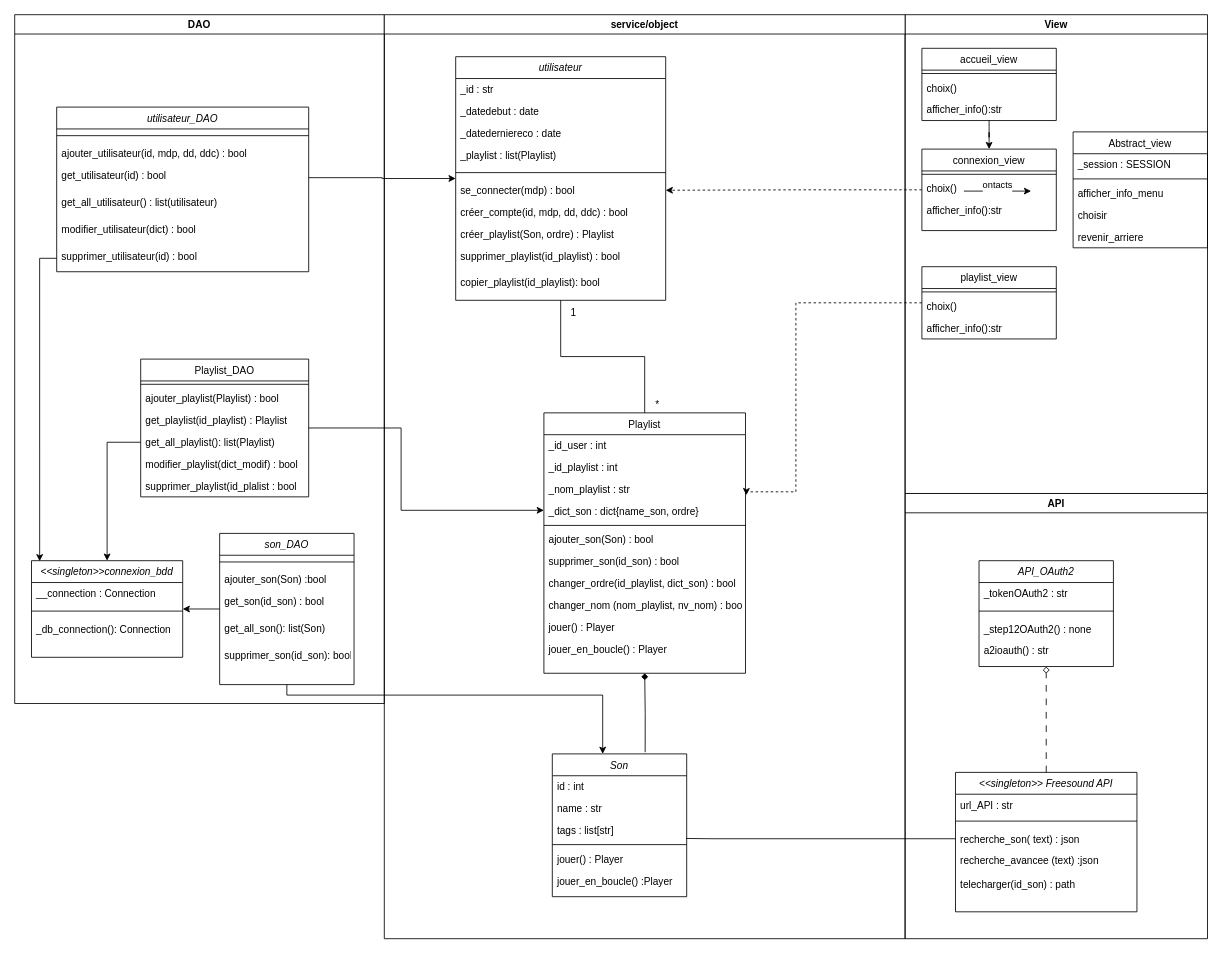
This is doc/propre/Le_diag_classe.drawio from PepitoTSO/Projet-INFO-ENSAI-2A-Gr14, a draw.io file, before an edit. Source tidied: cells renumbered, new cells numbered last; positions are measured from the earlier drawing's top-left corner, leaving out a move shared by most shapes. Both pictures are drawn from the tidied source at 84%, with x=0, y=0 at pixel (14, 14).
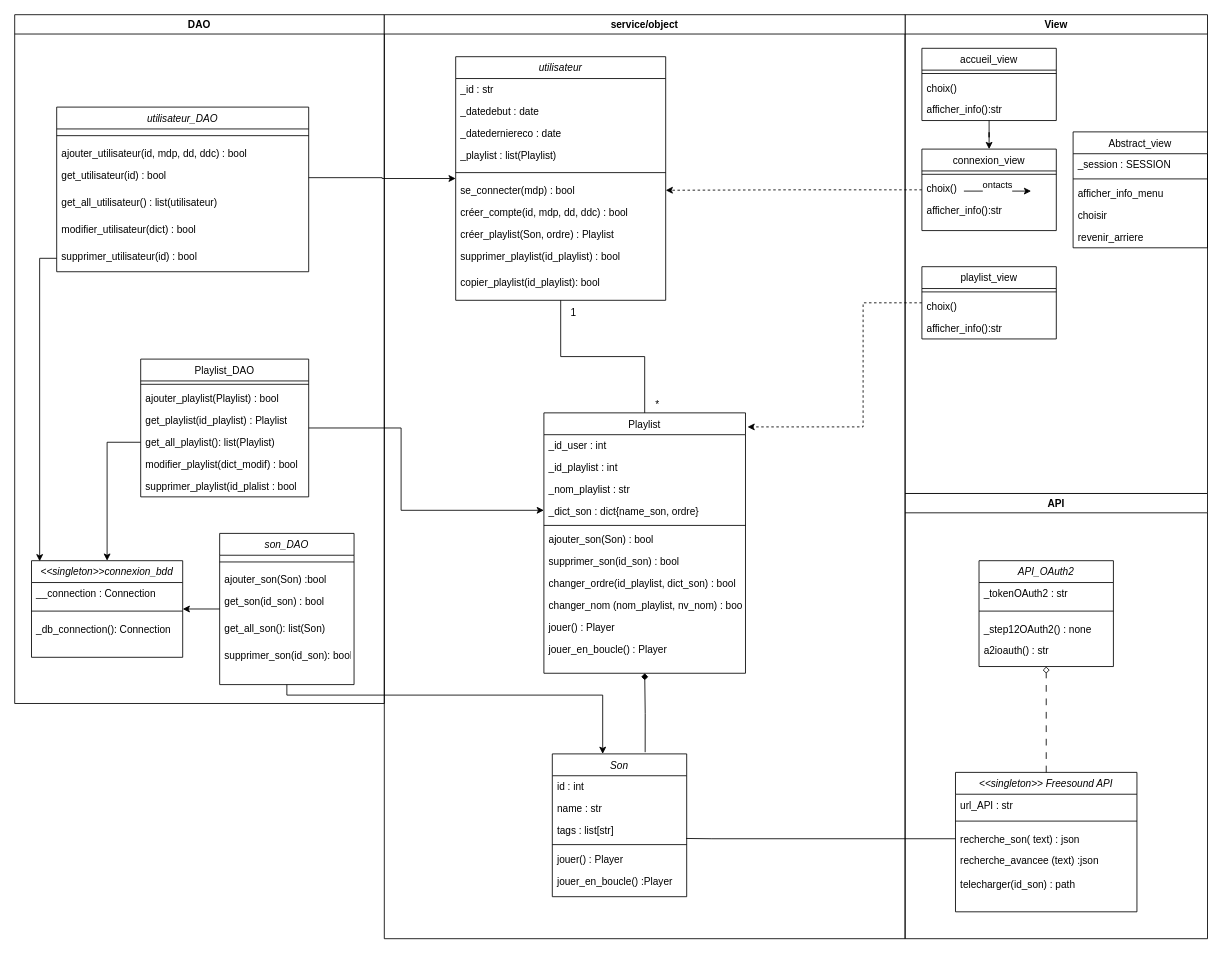
The same page after the edit.

The change refers to these unchanged cells:
```xml
<mxCell id="18" value="playlist_view" style="swimlane;fontStyle=0;align=center;verticalAlign=top;horizontal=1;startSize=26;rounded=0;shadow=0;strokeWidth=1;" parent="2" vertex="1">
  <mxGeometry x="20" y="300" width="160" height="86" as="geometry" />
</mxCell>
<mxCell id="72" value="Playlist" style="swimlane;fontStyle=0;align=center;verticalAlign=top;horizontal=1;startSize=26;rounded=0;shadow=0;strokeWidth=1;" parent="63" vertex="1">
  <mxGeometry x="190" y="474" width="240" height="310" as="geometry" />
</mxCell>
<mxCell id="75" value="_nom_playlist : str" style="text;align=left;verticalAlign=top;spacingLeft=4;spacingRight=4;overflow=hidden;points=[[0,0.5],[1,0.5]];portConstraint=eastwest;" parent="72" vertex="1">
  <mxGeometry y="78" width="240" height="26" as="geometry" />
</mxCell>
```

Change to the diagram source:
```diff
@@
-    <mxCell id="103" style="edgeStyle=orthogonalEdgeStyle;rounded=0;jettySize=auto;html=1;entryX=1.004;entryY=0.769;entryDx=0;entryDy=0;entryPerimeter=0;dashed=1;" parent="1" edge="1" source="18" target="75">
+    <mxCell id="103" style="edgeStyle=orthogonalEdgeStyle;rounded=0;jettySize=auto;html=1;dashed=1;entryX=1.01;entryY=0.054;entryDx=0;entryDy=0;entryPerimeter=0;" parent="1" edge="1" source="18" target="72">
       <mxGeometry relative="1" as="geometry">
         <Array as="points">
-          <mxPoint x="930" y="343" />
-          <mxPoint x="930" y="568" />
-          <mxPoint x="871" y="568" />
+          <mxPoint x="1010" y="343" />
+          <mxPoint x="1010" y="491" />
         </Array>
       </mxGeometry>
     </mxCell>
```
